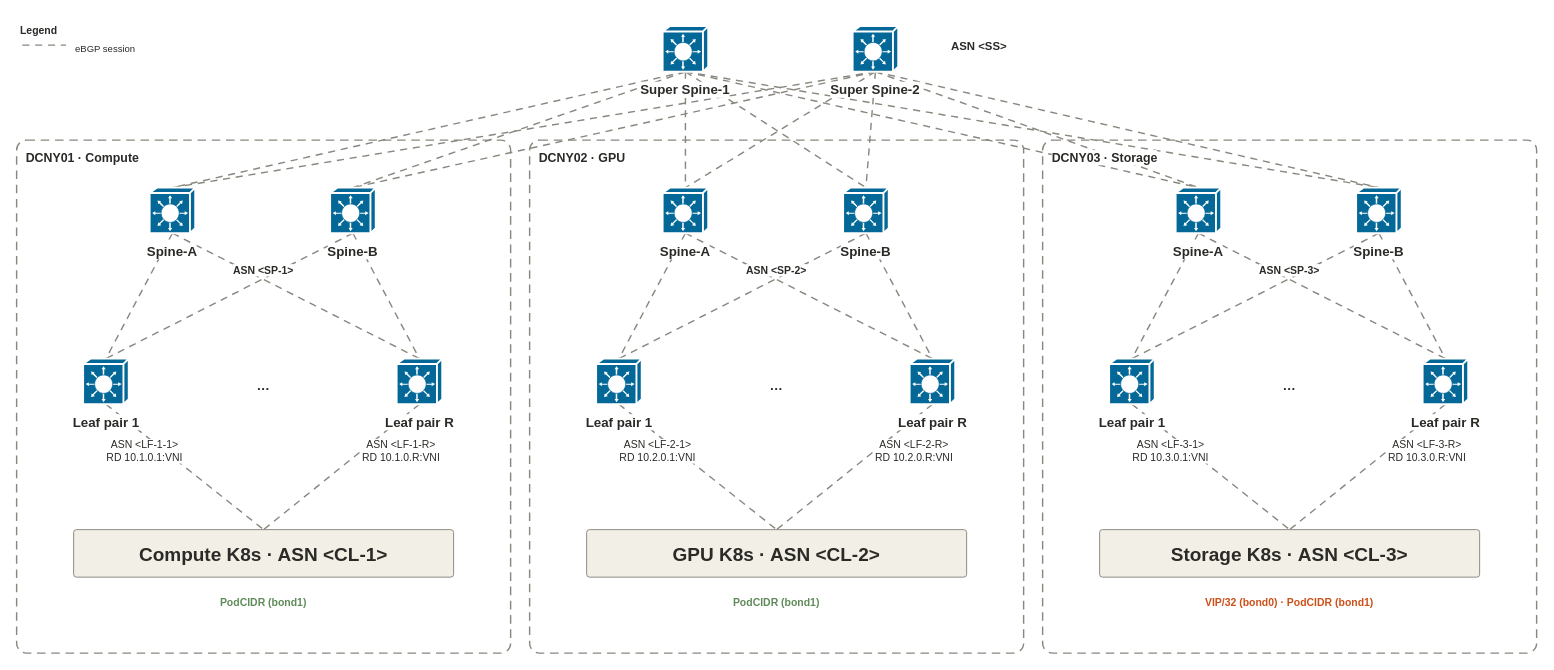
Before: architecture/y1-nw-review/drawio/N-3.drawio in riverjin839/devopser, a draw.io diagram. Source tidied: cells renumbered, new cells numbered last; positions are measured from the earlier drawing's top-left corner, leaving out a move shared by most shapes. Both pictures are drawn from the tidied source at 95%, with x=0, y=0 at pixel (16, 16).
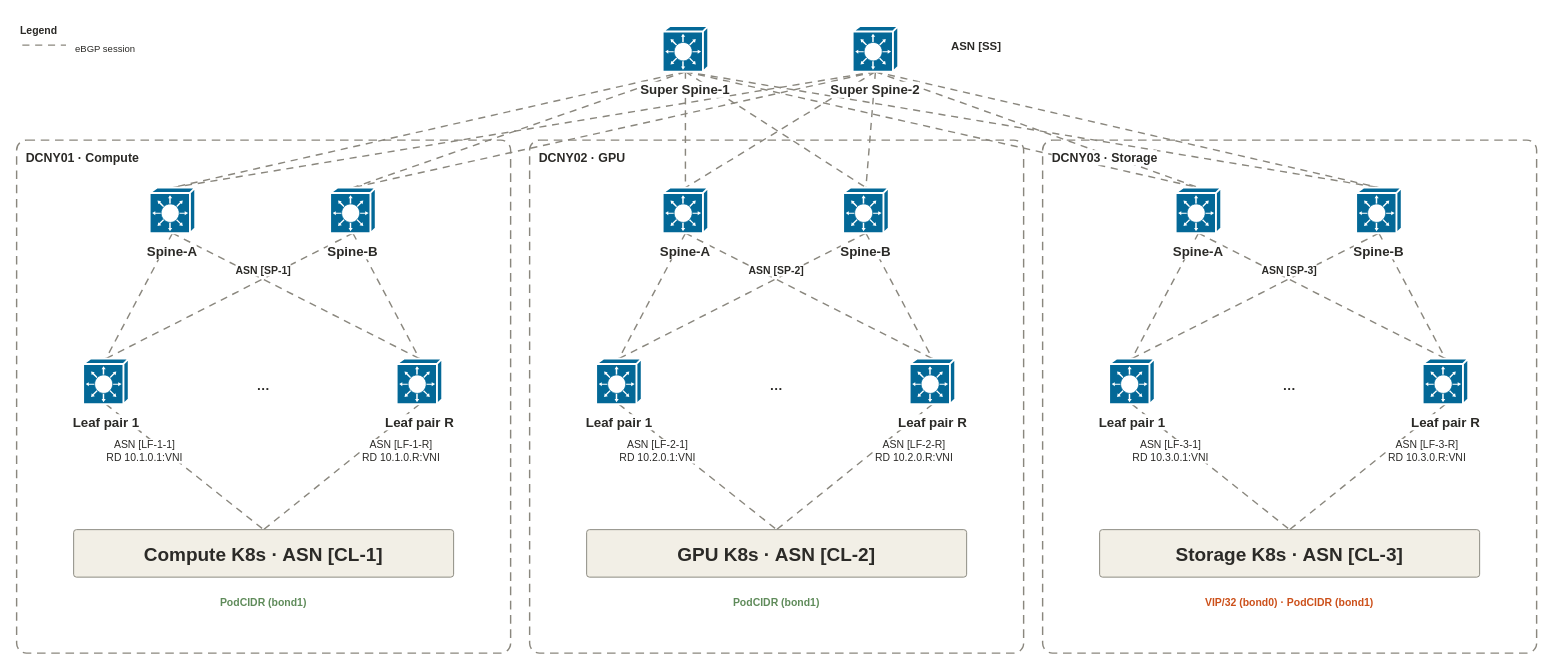
The same page after the edit.

Change to the diagram source:
```diff
@@
-    <mxCell id="40" value="ASN &lt;SS&gt;" style="text;html=0;whiteSpace=wrap;align=left;verticalAlign=top;spacing=4;fontFamily=Helvetica;fontSize=12;fontColor=#2B2A27;fontStyle=1;labelBackgroundColor=#FFFFFF;" parent="1" vertex="1">
+    <mxCell id="40" value="ASN [SS]" style="text;html=0;whiteSpace=wrap;align=left;verticalAlign=top;spacing=4;fontFamily=Helvetica;fontSize=12;fontColor=#2B2A27;fontStyle=1;labelBackgroundColor=#FFFFFF;" parent="1" vertex="1">
       <mxGeometry x="980" y="16" width="200" height="26" as="geometry" />
     </mxCell>
@@
-    <mxCell id="46" value="ASN &lt;SP-1&gt;" style="text;html=0;whiteSpace=wrap;align=center;verticalAlign=top;spacing=4;fontFamily=Helvetica;fontSize=11;fontColor=#2B2A27;fontStyle=1;labelBackgroundColor=#FFFFFF;" parent="1" vertex="1">
+    <mxCell id="46" value="ASN [SP-1]" style="text;html=0;whiteSpace=wrap;align=center;verticalAlign=top;spacing=4;fontFamily=Helvetica;fontSize=11;fontColor=#2B2A27;fontStyle=1;labelBackgroundColor=#FFFFFF;" parent="1" vertex="1">
       <mxGeometry x="20" y="252" width="480" height="26" as="geometry" />
     </mxCell>
@@
-    <mxCell id="52" value="ASN &lt;LF-1-1&gt;&#10;RD 10.1.0.1:VNI" style="text;html=0;whiteSpace=wrap;align=center;verticalAlign=top;spacing=4;fontFamily=Helvetica;fontSize=11;fontColor=#2B2A27;labelBackgroundColor=#FFFFFF;" parent="1" vertex="1">
+    <mxCell id="52" value="ASN [LF-1-1]&#10;RD 10.1.0.1:VNI" style="text;html=0;whiteSpace=wrap;align=center;verticalAlign=top;spacing=4;fontFamily=Helvetica;fontSize=11;fontColor=#2B2A27;labelBackgroundColor=#FFFFFF;" parent="1" vertex="1">
       <mxGeometry x="10" y="436" width="250" height="44" as="geometry" />
     </mxCell>
-    <mxCell id="53" value="ASN &lt;LF-1-R&gt;&#10;RD 10.1.0.R:VNI" style="text;html=0;whiteSpace=wrap;align=center;verticalAlign=top;spacing=4;fontFamily=Helvetica;fontSize=11;fontColor=#2B2A27;labelBackgroundColor=#FFFFFF;" parent="1" vertex="1">
+    <mxCell id="53" value="ASN [LF-1-R]&#10;RD 10.1.0.R:VNI" style="text;html=0;whiteSpace=wrap;align=center;verticalAlign=top;spacing=4;fontFamily=Helvetica;fontSize=11;fontColor=#2B2A27;labelBackgroundColor=#FFFFFF;" parent="1" vertex="1">
       <mxGeometry x="290" y="436" width="230" height="44" as="geometry" />
     </mxCell>
-    <mxCell id="54" value="Compute K8s · ASN &lt;CL-1&gt;" style="rounded=1;arcSize=6;html=0;whiteSpace=wrap;fillColor=#F2EFE6;strokeColor=#8A877E;align=center;verticalAlign=middle;spacing=5;fontFamily=Helvetica;fontSize=20.0;fontColor=#2B2A27;fontStyle=1;" parent="1" vertex="1">
+    <mxCell id="54" value="Compute K8s · ASN [CL-1]" style="rounded=1;arcSize=6;html=0;whiteSpace=wrap;fillColor=#F2EFE6;strokeColor=#8A877E;align=center;verticalAlign=middle;spacing=5;fontFamily=Helvetica;fontSize=20.0;fontColor=#2B2A27;fontStyle=1;" parent="1" vertex="1">
       <mxGeometry x="60" y="540" width="400" height="50" as="geometry" />
     </mxCell>
@@
-    <mxCell id="61" value="ASN &lt;SP-2&gt;" style="text;html=0;whiteSpace=wrap;align=center;verticalAlign=top;spacing=4;fontFamily=Helvetica;fontSize=11;fontColor=#2B2A27;fontStyle=1;labelBackgroundColor=#FFFFFF;" parent="1" vertex="1">
+    <mxCell id="61" value="ASN [SP-2]" style="text;html=0;whiteSpace=wrap;align=center;verticalAlign=top;spacing=4;fontFamily=Helvetica;fontSize=11;fontColor=#2B2A27;fontStyle=1;labelBackgroundColor=#FFFFFF;" parent="1" vertex="1">
       <mxGeometry x="560" y="252" width="480" height="26" as="geometry" />
     </mxCell>
@@
-    <mxCell id="67" value="ASN &lt;LF-2-1&gt;&#10;RD 10.2.0.1:VNI" style="text;html=0;whiteSpace=wrap;align=center;verticalAlign=top;spacing=4;fontFamily=Helvetica;fontSize=11;fontColor=#2B2A27;labelBackgroundColor=#FFFFFF;" parent="1" vertex="1">
+    <mxCell id="67" value="ASN [LF-2-1]&#10;RD 10.2.0.1:VNI" style="text;html=0;whiteSpace=wrap;align=center;verticalAlign=top;spacing=4;fontFamily=Helvetica;fontSize=11;fontColor=#2B2A27;labelBackgroundColor=#FFFFFF;" parent="1" vertex="1">
       <mxGeometry x="550" y="436" width="250" height="44" as="geometry" />
     </mxCell>
-    <mxCell id="68" value="ASN &lt;LF-2-R&gt;&#10;RD 10.2.0.R:VNI" style="text;html=0;whiteSpace=wrap;align=center;verticalAlign=top;spacing=4;fontFamily=Helvetica;fontSize=11;fontColor=#2B2A27;labelBackgroundColor=#FFFFFF;" parent="1" vertex="1">
+    <mxCell id="68" value="ASN [LF-2-R]&#10;RD 10.2.0.R:VNI" style="text;html=0;whiteSpace=wrap;align=center;verticalAlign=top;spacing=4;fontFamily=Helvetica;fontSize=11;fontColor=#2B2A27;labelBackgroundColor=#FFFFFF;" parent="1" vertex="1">
       <mxGeometry x="830" y="436" width="230" height="44" as="geometry" />
     </mxCell>
-    <mxCell id="69" value="GPU K8s · ASN &lt;CL-2&gt;" style="rounded=1;arcSize=6;html=0;whiteSpace=wrap;fillColor=#F2EFE6;strokeColor=#8A877E;align=center;verticalAlign=middle;spacing=5;fontFamily=Helvetica;fontSize=20.0;fontColor=#2B2A27;fontStyle=1;" parent="1" vertex="1">
+    <mxCell id="69" value="GPU K8s · ASN [CL-2]" style="rounded=1;arcSize=6;html=0;whiteSpace=wrap;fillColor=#F2EFE6;strokeColor=#8A877E;align=center;verticalAlign=middle;spacing=5;fontFamily=Helvetica;fontSize=20.0;fontColor=#2B2A27;fontStyle=1;" parent="1" vertex="1">
       <mxGeometry x="600" y="540" width="400" height="50" as="geometry" />
     </mxCell>
@@
-    <mxCell id="76" value="ASN &lt;SP-3&gt;" style="text;html=0;whiteSpace=wrap;align=center;verticalAlign=top;spacing=4;fontFamily=Helvetica;fontSize=11;fontColor=#2B2A27;fontStyle=1;labelBackgroundColor=#FFFFFF;" parent="1" vertex="1">
+    <mxCell id="76" value="ASN [SP-3]" style="text;html=0;whiteSpace=wrap;align=center;verticalAlign=top;spacing=4;fontFamily=Helvetica;fontSize=11;fontColor=#2B2A27;fontStyle=1;labelBackgroundColor=#FFFFFF;" parent="1" vertex="1">
       <mxGeometry x="1100" y="252" width="480" height="26" as="geometry" />
     </mxCell>
@@
-    <mxCell id="82" value="ASN &lt;LF-3-1&gt;&#10;RD 10.3.0.1:VNI" style="text;html=0;whiteSpace=wrap;align=center;verticalAlign=top;spacing=4;fontFamily=Helvetica;fontSize=11;fontColor=#2B2A27;labelBackgroundColor=#FFFFFF;" parent="1" vertex="1">
+    <mxCell id="82" value="ASN [LF-3-1]&#10;RD 10.3.0.1:VNI" style="text;html=0;whiteSpace=wrap;align=center;verticalAlign=top;spacing=4;fontFamily=Helvetica;fontSize=11;fontColor=#2B2A27;labelBackgroundColor=#FFFFFF;" parent="1" vertex="1">
       <mxGeometry x="1090" y="436" width="250" height="44" as="geometry" />
     </mxCell>
-    <mxCell id="83" value="ASN &lt;LF-3-R&gt;&#10;RD 10.3.0.R:VNI" style="text;html=0;whiteSpace=wrap;align=center;verticalAlign=top;spacing=4;fontFamily=Helvetica;fontSize=11;fontColor=#2B2A27;labelBackgroundColor=#FFFFFF;" parent="1" vertex="1">
+    <mxCell id="83" value="ASN [LF-3-R]&#10;RD 10.3.0.R:VNI" style="text;html=0;whiteSpace=wrap;align=center;verticalAlign=top;spacing=4;fontFamily=Helvetica;fontSize=11;fontColor=#2B2A27;labelBackgroundColor=#FFFFFF;" parent="1" vertex="1">
       <mxGeometry x="1370" y="436" width="230" height="44" as="geometry" />
     </mxCell>
-    <mxCell id="84" value="Storage K8s · ASN &lt;CL-3&gt;" style="rounded=1;arcSize=6;html=0;whiteSpace=wrap;fillColor=#F2EFE6;strokeColor=#8A877E;align=center;verticalAlign=middle;spacing=5;fontFamily=Helvetica;fontSize=20.0;fontColor=#2B2A27;fontStyle=1;" parent="1" vertex="1">
+    <mxCell id="84" value="Storage K8s · ASN [CL-3]" style="rounded=1;arcSize=6;html=0;whiteSpace=wrap;fillColor=#F2EFE6;strokeColor=#8A877E;align=center;verticalAlign=middle;spacing=5;fontFamily=Helvetica;fontSize=20.0;fontColor=#2B2A27;fontStyle=1;" parent="1" vertex="1">
       <mxGeometry x="1140" y="540" width="400" height="50" as="geometry" />
     </mxCell>
```
